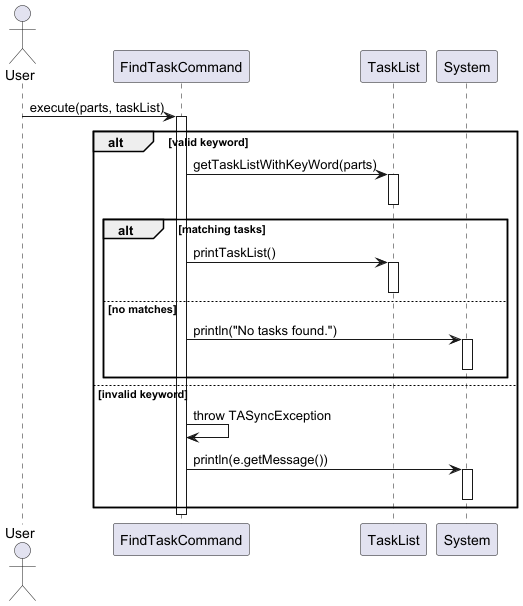
wongyihao02/tp keeps this PlantUML diagram as docs/diagrams/tasklistcommands/FindTaskCommandSequenceDiagram.png. Above is the earlier version.
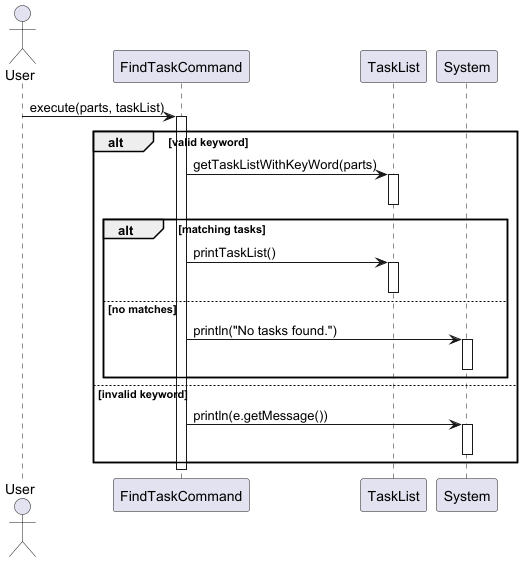
Above is the later version.

What changed in the source:
```diff
@@ -24,7 +24,6 @@
         deactivate Console
     end
 else invalid keyword
-    FindCmd -> FindCmd : throw TASyncException
     FindCmd -> Console : println(e.getMessage())
     activate Console
     deactivate Console
```
